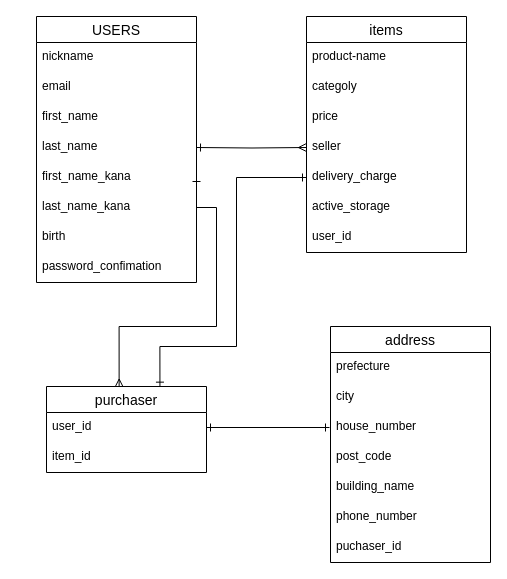
This is test.dio from soka50/furima-28218, a draw.io file, before an edit. Source tidied: cells renumbered, new cells numbered last; positions are measured from the earlier drawing's top-left corner, leaving out a move shared by most shapes. Both pictures are drawn from the tidied source at 100%, with x=0, y=0 at pixel (36, 16).
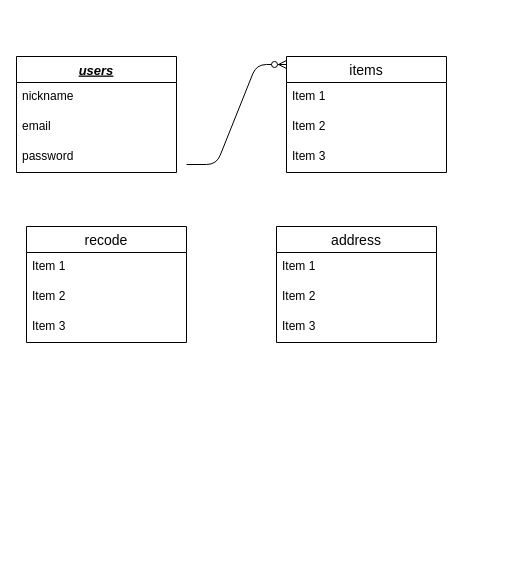
The same diagram, later.

Commit message (it also covers changes not shown here):
Revert "Merge pull request #1 from soka50/テーブル設計"

This reverts commit 622ecc8f020d81a73f7590bd6f04829ae2d86444, reversing
changes made to b1691197b656857c51eaa8290e91115d37abcc1b.

What changed in the source:
```diff
@@
-    <mxCell id="2" value="USERS" style="swimlane;fontStyle=0;horizontal=1;startSize=26;align=center;fontSize=14;" parent="1" vertex="1">
-      <mxGeometry width="160" height="266" as="geometry" />
-    </mxCell>
+    <mxCell id="34" value="users" style="swimlane;fontStyle=7;horizontal=1;startSize=26;align=center;fontSize=13;" parent="1" vertex="1">
+      <mxGeometry x="-20" y="40" width="160" height="116" as="geometry" />
+    </mxCell>
-    <mxCell id="3" value="nickname&#10;" style="text;strokeColor=none;fillColor=none;spacingLeft=4;spacingRight=4;overflow=hidden;fontSize=12;" parent="2" vertex="1">
+    <mxCell id="3" value="nickname" style="text;strokeColor=none;fillColor=none;spacingLeft=4;spacingRight=4;overflow=hidden;fontSize=12;" parent="34" vertex="1">
       <mxGeometry y="26" width="160" height="30" as="geometry" />
     </mxCell>
-    <mxCell id="4" value="email" style="text;strokeColor=none;fillColor=none;spacingLeft=4;spacingRight=4;overflow=hidden;fontSize=12;" parent="2" vertex="1">
+    <mxCell id="4" value="email" style="text;strokeColor=none;fillColor=none;spacingLeft=4;spacingRight=4;overflow=hidden;fontSize=12;" parent="34" vertex="1">
       <mxGeometry y="56" width="160" height="30" as="geometry" />
     </mxCell>
-    <mxCell id="5" value="first_name" style="text;strokeColor=none;fillColor=none;spacingLeft=4;spacingRight=4;overflow=hidden;fontSize=12;" parent="2" vertex="1">
-      <mxGeometry y="86" width="160" height="30" as="geometry" />
-    </mxCell>
-    <mxCell id="6" value="last_name" style="text;strokeColor=none;fillColor=none;spacingLeft=4;spacingRight=4;overflow=hidden;fontSize=12;" parent="2" vertex="1">
-      <mxGeometry y="116" width="160" height="30" as="geometry" />
-    </mxCell>
-    <mxCell id="7" value="first_name_kana" style="text;strokeColor=none;fillColor=none;spacingLeft=4;spacingRight=4;overflow=hidden;points=[[0,0.5],[1,0.5]];portConstraint=eastwest;fontSize=12;" parent="2" vertex="1">
-      <mxGeometry y="146" width="160" height="30" as="geometry" />
-    </mxCell>
-    <mxCell id="8" value="last_name_kana" style="text;strokeColor=none;fillColor=none;spacingLeft=4;spacingRight=4;overflow=hidden;fontSize=12;" parent="2" vertex="1">
-      <mxGeometry y="176" width="160" height="30" as="geometry" />
-    </mxCell>
-    <mxCell id="9" value="birth" style="text;strokeColor=none;fillColor=none;spacingLeft=4;spacingRight=4;overflow=hidden;fontSize=12;" parent="2" vertex="1">
-      <mxGeometry y="206" width="160" height="30" as="geometry" />
-    </mxCell>
-    <mxCell id="10" value="password_confimation" style="text;strokeColor=none;fillColor=none;spacingLeft=4;spacingRight=4;overflow=hidden;fontSize=12;" parent="2" vertex="1">
-      <mxGeometry y="236" width="160" height="30" as="geometry" />
-    </mxCell>
+    <mxCell id="35" value="password" style="text;strokeColor=none;fillColor=none;spacingLeft=4;spacingRight=4;overflow=hidden;fontSize=12;" parent="34" vertex="1">
+      <mxGeometry y="86" width="160" height="30" as="geometry" />
+    </mxCell>
+    <mxCell id="36" value="recode" style="swimlane;fontStyle=0;horizontal=1;startSize=26;align=center;fontSize=14;" parent="1" vertex="1">
+      <mxGeometry x="-10" y="210" width="160" height="116" as="geometry" />
+    </mxCell>
+    <mxCell id="37" value="Item 1" style="text;strokeColor=none;fillColor=none;spacingLeft=4;spacingRight=4;overflow=hidden;fontSize=12;" parent="36" vertex="1">
+      <mxGeometry y="26" width="160" height="30" as="geometry" />
+    </mxCell>
+    <mxCell id="38" value="Item 2" style="text;strokeColor=none;fillColor=none;spacingLeft=4;spacingRight=4;overflow=hidden;fontSize=12;" parent="36" vertex="1">
+      <mxGeometry y="56" width="160" height="30" as="geometry" />
+    </mxCell>
+    <mxCell id="39" value="Item 3" style="text;strokeColor=none;fillColor=none;spacingLeft=4;spacingRight=4;overflow=hidden;fontSize=12;" parent="36" vertex="1">
+      <mxGeometry y="86" width="160" height="30" as="geometry" />
+    </mxCell>
+    <mxCell id="22" value="address" style="swimlane;fontStyle=0;horizontal=1;startSize=26;align=center;fontSize=14;" parent="1" vertex="1">
+      <mxGeometry x="240" y="210" width="160" height="116" as="geometry" />
+    </mxCell>
+    <mxCell id="40" value="Item 1" style="text;strokeColor=none;fillColor=none;spacingLeft=4;spacingRight=4;overflow=hidden;fontSize=12;" parent="22" vertex="1">
+      <mxGeometry y="26" width="160" height="30" as="geometry" />
+    </mxCell>
+    <mxCell id="41" value="Item 2" style="text;strokeColor=none;fillColor=none;spacingLeft=4;spacingRight=4;overflow=hidden;fontSize=12;" parent="22" vertex="1">
+      <mxGeometry y="56" width="160" height="30" as="geometry" />
+    </mxCell>
+    <mxCell id="42" value="Item 3" style="text;strokeColor=none;fillColor=none;spacingLeft=4;spacingRight=4;overflow=hidden;fontSize=12;" parent="22" vertex="1">
+      <mxGeometry y="86" width="160" height="30" as="geometry" />
+    </mxCell>
     <mxCell id="11" value="items" style="swimlane;fontStyle=0;horizontal=1;startSize=26;align=center;fontSize=14;" parent="1" vertex="1">
-      <mxGeometry x="270" width="160" height="236" as="geometry" />
+      <mxGeometry x="250" y="40" width="160" height="116" as="geometry" />
     </mxCell>
-    <mxCell id="12" value="product-name" style="text;strokeColor=none;fillColor=none;spacingLeft=4;spacingRight=4;overflow=hidden;fontSize=12;" parent="11" vertex="1">
-      <mxGeometry y="26" width="160" height="30" as="geometry" />
-    </mxCell>
-    <mxCell id="13" value="categoly" style="text;strokeColor=none;fillColor=none;spacingLeft=4;spacingRight=4;overflow=hidden;fontSize=12;" parent="11" vertex="1">
-      <mxGeometry y="56" width="160" height="30" as="geometry" />
-    </mxCell>
-    <mxCell id="14" value="price" style="text;strokeColor=none;fillColor=none;spacingLeft=4;spacingRight=4;overflow=hidden;fontSize=12;" parent="11" vertex="1">
-      <mxGeometry y="86" width="160" height="30" as="geometry" />
-    </mxCell>
-    <mxCell id="15" value="seller" style="text;strokeColor=none;fillColor=none;spacingLeft=4;spacingRight=4;overflow=hidden;points=[[0,0.5],[1,0.5]];portConstraint=eastwest;fontSize=12;" parent="11" vertex="1">
-      <mxGeometry y="116" width="160" height="30" as="geometry" />
-    </mxCell>
-    <mxCell id="16" value="delivery_charge" style="text;strokeColor=none;fillColor=none;spacingLeft=4;spacingRight=4;overflow=hidden;points=[[0,0.5],[1,0.5]];portConstraint=eastwest;fontSize=12;" parent="11" vertex="1">
-      <mxGeometry y="146" width="160" height="30" as="geometry" />
-    </mxCell>
-    <mxCell id="17" value="active_storage" style="text;strokeColor=none;fillColor=none;spacingLeft=4;spacingRight=4;overflow=hidden;fontSize=12;" parent="11" vertex="1">
-      <mxGeometry y="176" width="160" height="30" as="geometry" />
-    </mxCell>
-    <mxCell id="18" value="user_id" style="text;strokeColor=none;fillColor=none;spacingLeft=4;spacingRight=4;overflow=hidden;fontSize=12;" parent="11" vertex="1">
-      <mxGeometry y="206" width="160" height="30" as="geometry" />
-    </mxCell>
-    <mxCell id="19" value="purchaser" style="swimlane;fontStyle=0;horizontal=1;startSize=26;align=center;fontSize=14;" parent="1" vertex="1">
-      <mxGeometry x="10" y="370" width="160" height="86" as="geometry" />
-    </mxCell>
-    <mxCell id="20" value="user_id" style="text;strokeColor=none;fillColor=none;spacingLeft=4;spacingRight=4;overflow=hidden;points=[[0,0.5],[1,0.5]];portConstraint=eastwest;fontSize=12;" parent="19" vertex="1">
-      <mxGeometry y="26" width="160" height="30" as="geometry" />
-    </mxCell>
-    <mxCell id="21" value="item_id" style="text;strokeColor=none;fillColor=none;spacingLeft=4;spacingRight=4;overflow=hidden;fontSize=12;" parent="19" vertex="1">
-      <mxGeometry y="56" width="160" height="30" as="geometry" />
-    </mxCell>
-    <mxCell id="22" value="address" style="swimlane;fontStyle=0;horizontal=1;startSize=26;align=center;fontSize=14;" parent="1" vertex="1">
-      <mxGeometry x="294" y="310" width="160" height="236" as="geometry" />
-    </mxCell>
-    <mxCell id="23" value="prefecture" style="text;strokeColor=none;fillColor=none;spacingLeft=4;spacingRight=4;overflow=hidden;fontSize=12;" parent="22" vertex="1">
-      <mxGeometry y="26" width="160" height="30" as="geometry" />
-    </mxCell>
-    <mxCell id="24" value="city" style="text;strokeColor=none;fillColor=none;spacingLeft=4;spacingRight=4;overflow=hidden;fontSize=12;" parent="22" vertex="1">
-      <mxGeometry y="56" width="160" height="30" as="geometry" />
-    </mxCell>
-    <mxCell id="25" value="house_number" style="text;strokeColor=none;fillColor=none;spacingLeft=4;spacingRight=4;overflow=hidden;fontSize=12;" parent="22" vertex="1">
-      <mxGeometry y="86" width="160" height="30" as="geometry" />
-    </mxCell>
-    <mxCell id="26" value="post_code" style="text;strokeColor=none;fillColor=none;spacingLeft=4;spacingRight=4;overflow=hidden;fontSize=12;" parent="22" vertex="1">
-      <mxGeometry y="116" width="160" height="30" as="geometry" />
-    </mxCell>
-    <mxCell id="27" value="building_name" style="text;strokeColor=none;fillColor=none;spacingLeft=4;spacingRight=4;overflow=hidden;fontSize=12;" parent="22" vertex="1">
-      <mxGeometry y="146" width="160" height="30" as="geometry" />
-    </mxCell>
-    <mxCell id="28" value="phone_number" style="text;strokeColor=none;fillColor=none;spacingLeft=4;spacingRight=4;overflow=hidden;fontSize=12;" parent="22" vertex="1">
-      <mxGeometry y="176" width="160" height="30" as="geometry" />
-    </mxCell>
-    <mxCell id="29" value="puchaser_id" style="text;strokeColor=none;fillColor=none;spacingLeft=4;spacingRight=4;overflow=hidden;fontSize=12;" parent="22" vertex="1">
-      <mxGeometry y="206" width="160" height="30" as="geometry" />
-    </mxCell>
-    <mxCell id="30" style="edgeStyle=orthogonalEdgeStyle;rounded=0;jettySize=auto;html=1;exitX=1;exitY=0.5;exitDx=0;exitDy=0;startArrow=ERone;startFill=0;endArrow=ERmany;endFill=0;entryX=0;entryY=0.5;entryDx=0;entryDy=0;" parent="1" edge="1" target="15">
-      <mxGeometry relative="1" as="geometry">
-        <mxPoint x="160" y="131" as="sourcePoint" />
-      </mxGeometry>
-    </mxCell>
-    <mxCell id="31" style="edgeStyle=orthogonalEdgeStyle;rounded=0;jettySize=auto;html=1;entryX=0.709;entryY=-0.004;entryDx=0;entryDy=0;entryPerimeter=0;startArrow=ERone;startFill=0;endArrow=ERone;endFill=0;" parent="1" edge="1" source="16" target="19">
-      <mxGeometry relative="1" as="geometry">
-        <Array as="points">
-          <mxPoint x="200" y="161" />
-          <mxPoint x="200" y="330" />
-          <mxPoint x="123" y="330" />
-        </Array>
-      </mxGeometry>
-    </mxCell>
-    <mxCell id="32" style="edgeStyle=orthogonalEdgeStyle;rounded=0;jettySize=auto;html=1;startArrow=ERone;startFill=0;endArrow=ERone;endFill=0;exitX=1;exitY=0.5;exitDx=0;exitDy=0;" parent="1" edge="1" source="20">
-      <mxGeometry relative="1" as="geometry">
-        <mxPoint x="293" y="411" as="targetPoint" />
-        <Array as="points">
-          <mxPoint x="293" y="411" />
-        </Array>
-      </mxGeometry>
-    </mxCell>
-    <mxCell id="33" style="edgeStyle=orthogonalEdgeStyle;rounded=0;jettySize=auto;html=1;exitX=1;exitY=0.5;exitDx=0;exitDy=0;startArrow=ERone;startFill=0;endArrow=ERmany;endFill=0;entryX=0.454;entryY=0.006;entryDx=0;entryDy=0;entryPerimeter=0;" parent="1" edge="1" source="7" target="19">
-      <mxGeometry relative="1" as="geometry">
-        <Array as="points">
-          <mxPoint x="180" y="191" />
-          <mxPoint x="180" y="310" />
-          <mxPoint x="83" y="310" />
-        </Array>
-      </mxGeometry>
-    </mxCell>
+    <mxCell id="43" value="Item 1" style="text;strokeColor=none;fillColor=none;spacingLeft=4;spacingRight=4;overflow=hidden;fontSize=12;" parent="11" vertex="1">
+      <mxGeometry y="26" width="160" height="30" as="geometry" />
+    </mxCell>
+    <mxCell id="44" value="Item 2" style="text;strokeColor=none;fillColor=none;spacingLeft=4;spacingRight=4;overflow=hidden;fontSize=12;" parent="11" vertex="1">
+      <mxGeometry y="56" width="160" height="30" as="geometry" />
+    </mxCell>
+    <mxCell id="45" value="Item 3" style="text;strokeColor=none;fillColor=none;spacingLeft=4;spacingRight=4;overflow=hidden;fontSize=12;" parent="11" vertex="1">
+      <mxGeometry y="86" width="160" height="30" as="geometry" />
+    </mxCell>
+    <mxCell id="46" style="edgeStyle=entityRelationEdgeStyle;fontSize=12;html=1;endArrow=ERzeroToMany;endFill=1;" parent="1" edge="1">
+      <mxGeometry relative="1" as="geometry">
+        <mxPoint x="150" y="148" as="sourcePoint" />
+        <mxPoint x="250" y="48" as="targetPoint" />
+      </mxGeometry>
+    </mxCell>
```
